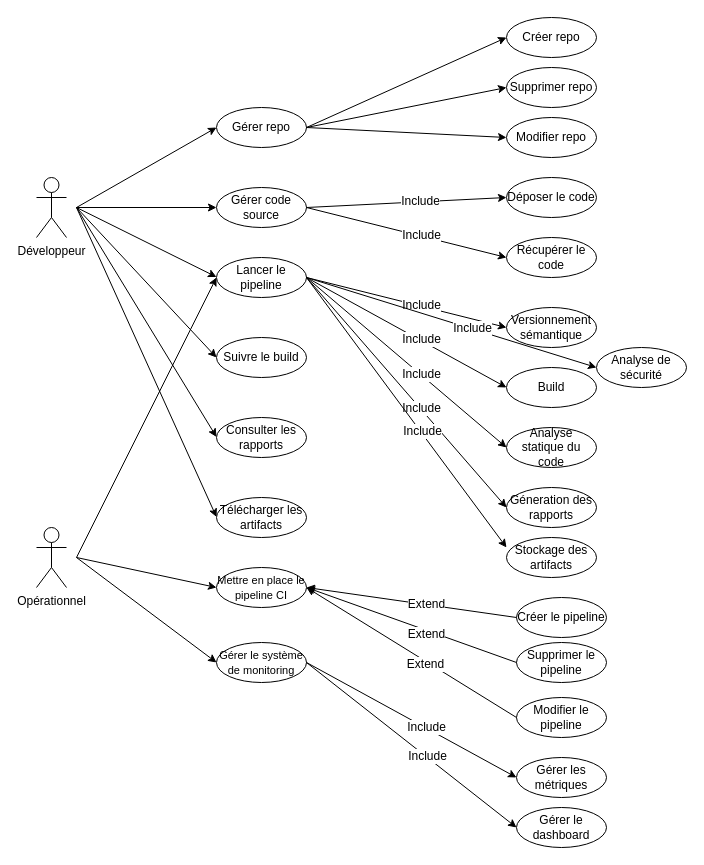
This is page "Page-1" (1 of 3) of Untitled Diagram.drawio from nouha57/AJAX-Movie-Recommendation-System-with-Sentiment-Analysis, a draw.io file, before an edit. Source tidied: cells renumbered, new cells numbered last; positions are measured from the earlier drawing's top-left corner, leaving out a move shared by most shapes. Both pictures are drawn from the tidied source at 100%, with x=0, y=0 at pixel (36, 17).
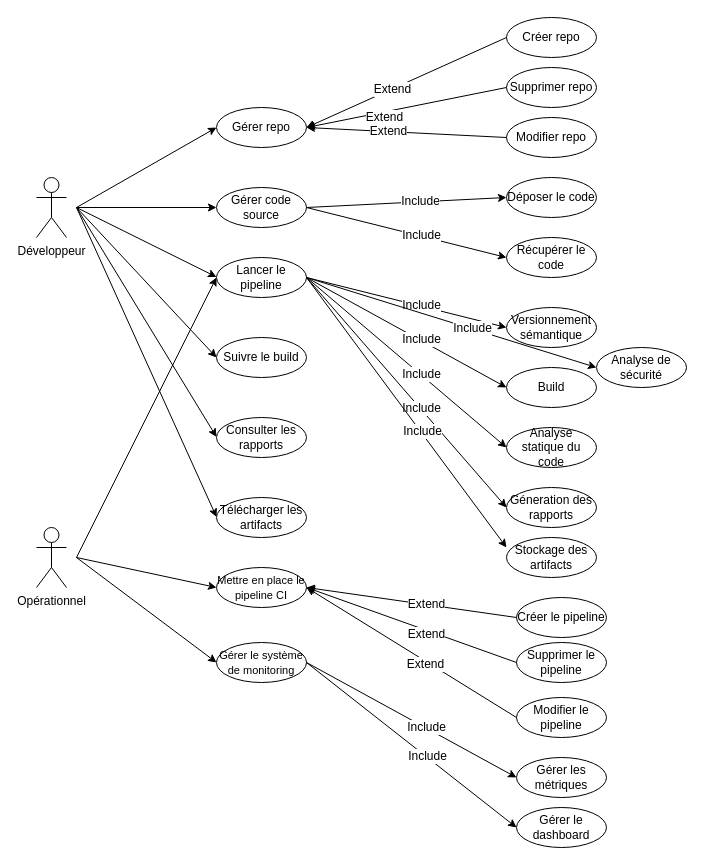
After the change.

The change refers to these unchanged cells:
```xml
<mxCell id="4" value="Gérer repo" style="ellipse;whiteSpace=wrap;html=1;" parent="1" vertex="1">
  <mxGeometry x="180" y="90" width="90" height="40" as="geometry" />
</mxCell>
<mxCell id="21" value="Créer repo" style="ellipse;whiteSpace=wrap;html=1;" parent="1" vertex="1">
  <mxGeometry x="470" width="90" height="40" as="geometry" />
</mxCell>
```

Change to the diagram source:
```diff
@@
-    <mxCell id="26" style="endArrow=classic;html=1;rounded=0;entryX=0;entryY=0.5;entryDx=0;entryDy=0;" parent="1" edge="1" target="21">
+    <mxCell id="26" style="endArrow=classic;html=1;rounded=0;entryX=0;entryY=0.5;entryDx=0;entryDy=0;exitX=0;exitY=0.5;exitDx=0;exitDy=0;" parent="1" edge="1" source="21">
       <mxGeometry relative="1" as="geometry">
-        <mxPoint x="270" y="110" as="sourcePoint" />
+        <mxPoint x="270" y="110" as="targetPoint" />
       </mxGeometry>
     </mxCell>
+    <mxCell id="66" value="Extend" style="edgeLabel;html=1;align=center;verticalAlign=middle;fontSize=12;" parent="26" vertex="1">
+      <mxGeometry x="0.15" relative="1" as="geometry" />
+    </mxCell>
     <mxCell id="27" style="endArrow=classic;html=1;rounded=0;entryX=0;entryY=0.5;entryDx=0;entryDy=0;" parent="1" edge="1">
       <mxGeometry relative="1" as="geometry">
-        <mxPoint x="270" y="110" as="sourcePoint" />
-        <mxPoint x="470" y="70" as="targetPoint" />
+        <mxPoint x="470" y="70" as="sourcePoint" />
+        <mxPoint x="270" y="110" as="targetPoint" />
       </mxGeometry>
     </mxCell>
+    <mxCell id="67" value="Extend" style="edgeLabel;html=1;align=center;verticalAlign=middle;fontSize=12;" parent="27" vertex="1">
+      <mxGeometry x="0.24" y="5" relative="1" as="geometry" />
+    </mxCell>
-    <mxCell id="28" style="endArrow=classic;html=1;rounded=0;entryX=0;entryY=0.5;entryDx=0;entryDy=0;exitX=1;exitY=0.5;exitDx=0;exitDy=0;" parent="1" edge="1" source="4">
+    <mxCell id="28" style="endArrow=classic;html=1;rounded=0;entryX=1;entryY=0.5;entryDx=0;entryDy=0;exitX=1;exitY=0.5;exitDx=0;exitDy=0;" parent="1" edge="1" target="4">
       <mxGeometry relative="1" as="geometry">
-        <mxPoint x="470" y="120" as="targetPoint" />
+        <mxPoint x="470" y="120" as="sourcePoint" />
       </mxGeometry>
     </mxCell>
+    <mxCell id="68" value="Extend" style="edgeLabel;html=1;align=center;verticalAlign=middle;fontSize=12;" parent="28" vertex="1">
+      <mxGeometry x="0.18" y="-1" relative="1" as="geometry">
+        <mxPoint x="-1" as="offset" />
+      </mxGeometry>
+    </mxCell>
```
